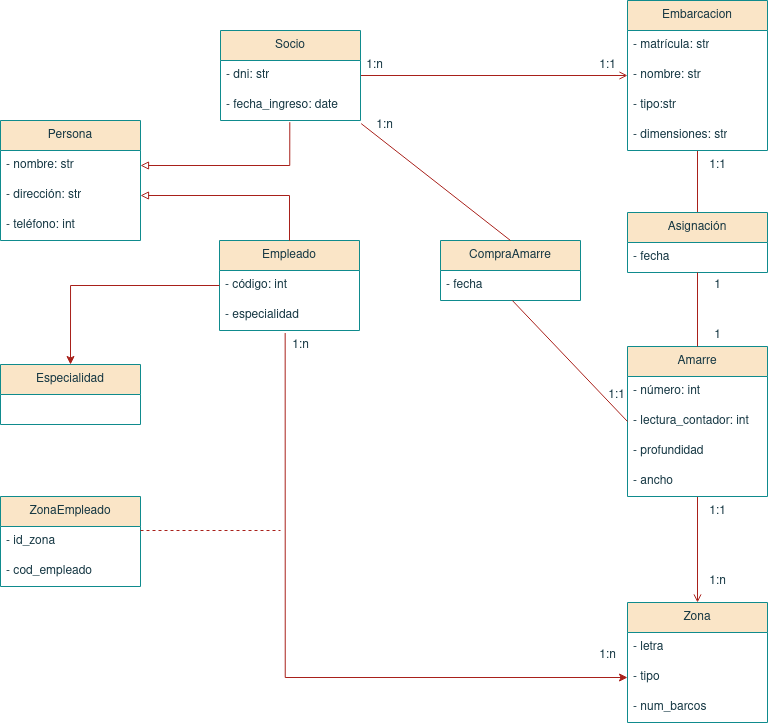
The draw.io diagram Tema 5. Diagramas de clase/ClubNautico.drawio.png in colidom/ets, before a commit. Source tidied: cells renumbered, new cells last; positions are measured from the earlier drawing's top-left corner, leaving out a move shared by most shapes.
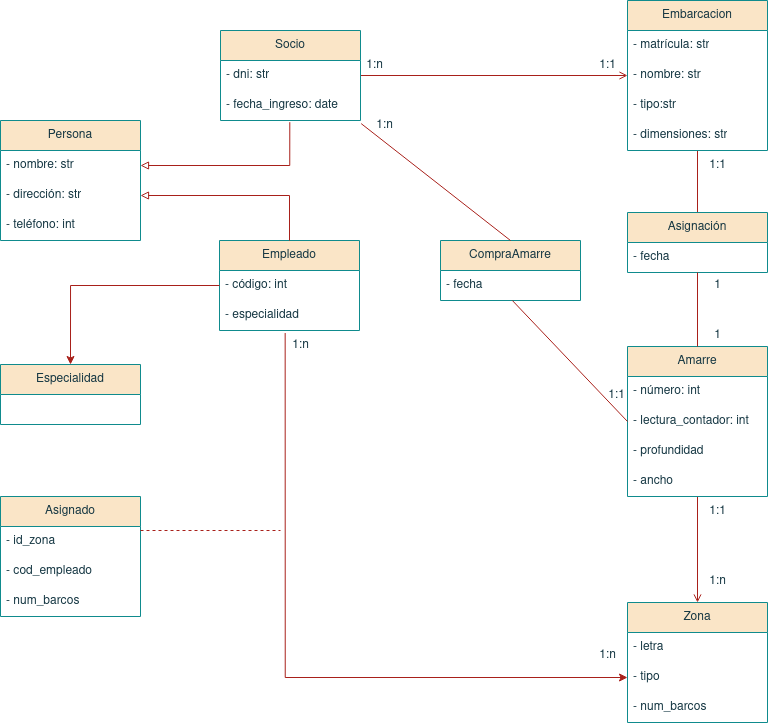
Later version of the same file.

Diff of the diagram source:
```diff
@@ -142,8 +142,8 @@
     <mxCell id="45" value="1" style="text;html=1;align=center;verticalAlign=middle;strokeColor=none;fillColor=none;fontColor=#143642;" parent="1" vertex="1">
       <mxGeometry x="702" y="320" width="30" height="30" as="geometry" />
     </mxCell>
-    <mxCell id="46" value="&lt;div&gt;ZonaEmpleado&lt;/div&gt;" style="swimlane;fontStyle=0;horizontal=1;startSize=30;whiteSpace=wrap;html=1;strokeColor=#0F8B8D;fontColor=#143642;fillColor=#FAE5C7;" parent="1" vertex="1">
-      <mxGeometry y="496" width="140" height="90" as="geometry" />
+    <mxCell id="46" value="Asignado" style="swimlane;fontStyle=0;horizontal=1;startSize=30;whiteSpace=wrap;html=1;strokeColor=#0F8B8D;fontColor=#143642;fillColor=#FAE5C7;" parent="1" vertex="1">
+      <mxGeometry y="496" width="140" height="120" as="geometry" />
     </mxCell>
     <mxCell id="47" value="- id_zona" style="text;strokeColor=none;fillColor=none;align=left;verticalAlign=middle;spacingLeft=4;spacingRight=4;overflow=hidden;whiteSpace=wrap;html=1;fontColor=#143642;" parent="46" vertex="1">
       <mxGeometry y="30" width="140" height="30" as="geometry" />
@@ -151,6 +151,9 @@
     <mxCell id="48" value="- cod_empleado" style="text;strokeColor=none;fillColor=none;align=left;verticalAlign=middle;spacingLeft=4;spacingRight=4;overflow=hidden;whiteSpace=wrap;html=1;fontColor=#143642;" parent="46" vertex="1">
       <mxGeometry y="60" width="140" height="30" as="geometry" />
     </mxCell>
+    <mxCell id="56" value="- num_barcos" style="text;strokeColor=none;fillColor=none;align=left;verticalAlign=middle;spacingLeft=4;spacingRight=4;overflow=hidden;whiteSpace=wrap;html=1;fontColor=#143642;" parent="46" vertex="1">
+      <mxGeometry y="90" width="140" height="30" as="geometry" />
+    </mxCell>
     <mxCell id="49" style="endArrow=none;html=1;rounded=0;strokeColor=#A8201A;fontColor=#143642;fillColor=#FAE5C7;dashed=1;endFill=0;" parent="1" edge="1">
       <mxGeometry relative="1" as="geometry">
         <mxPoint x="140" y="530" as="sourcePoint" />
```
